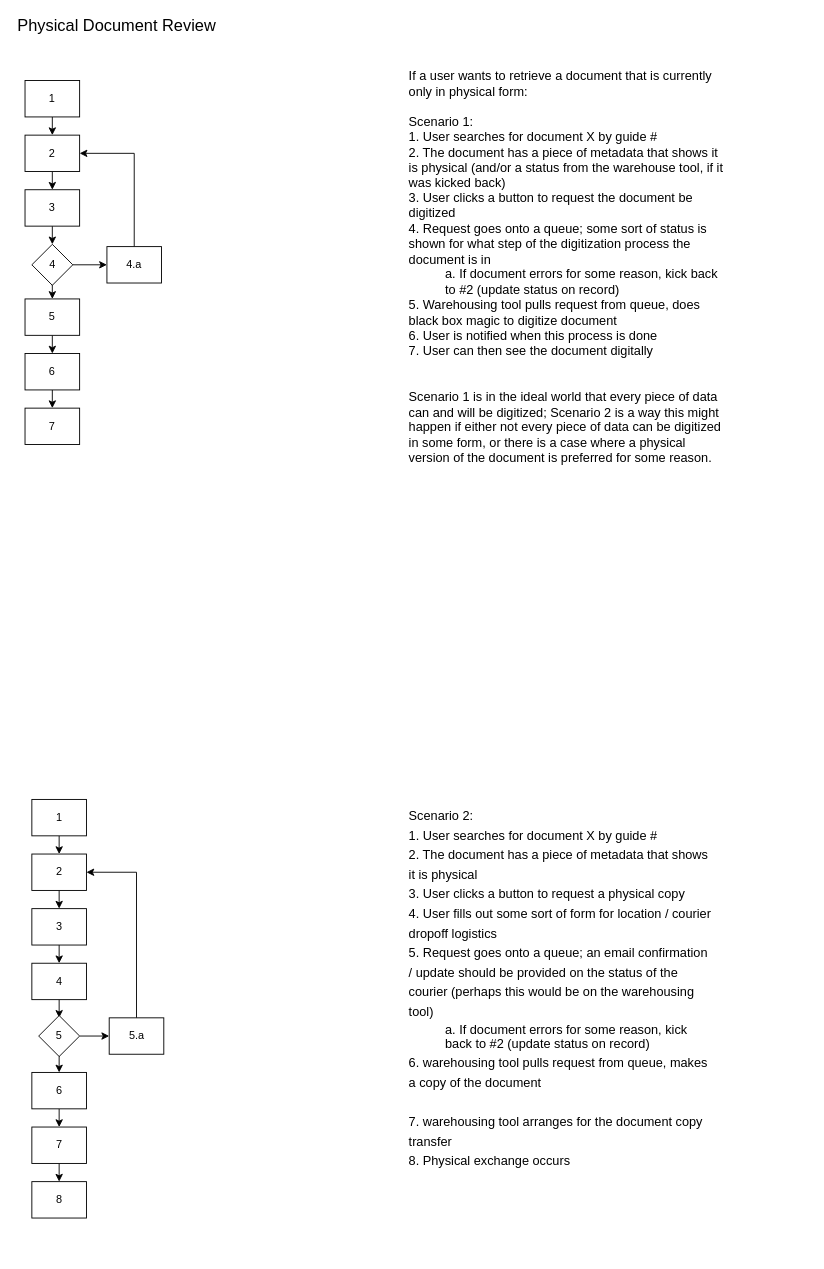
Before: page "Workflow - Physical Docs" (3 of 5) of Drawings/Eva/File/Eva Search.drawio in RMSLowside/rmslow, a draw.io diagram. Source tidied: cells renumbered, new cells numbered last; positions are measured from the earlier drawing's top-left corner, leaving out a move shared by most shapes. Both pictures are drawn from the tidied source at 91%, with x=0, y=0 at pixel (15, 16).
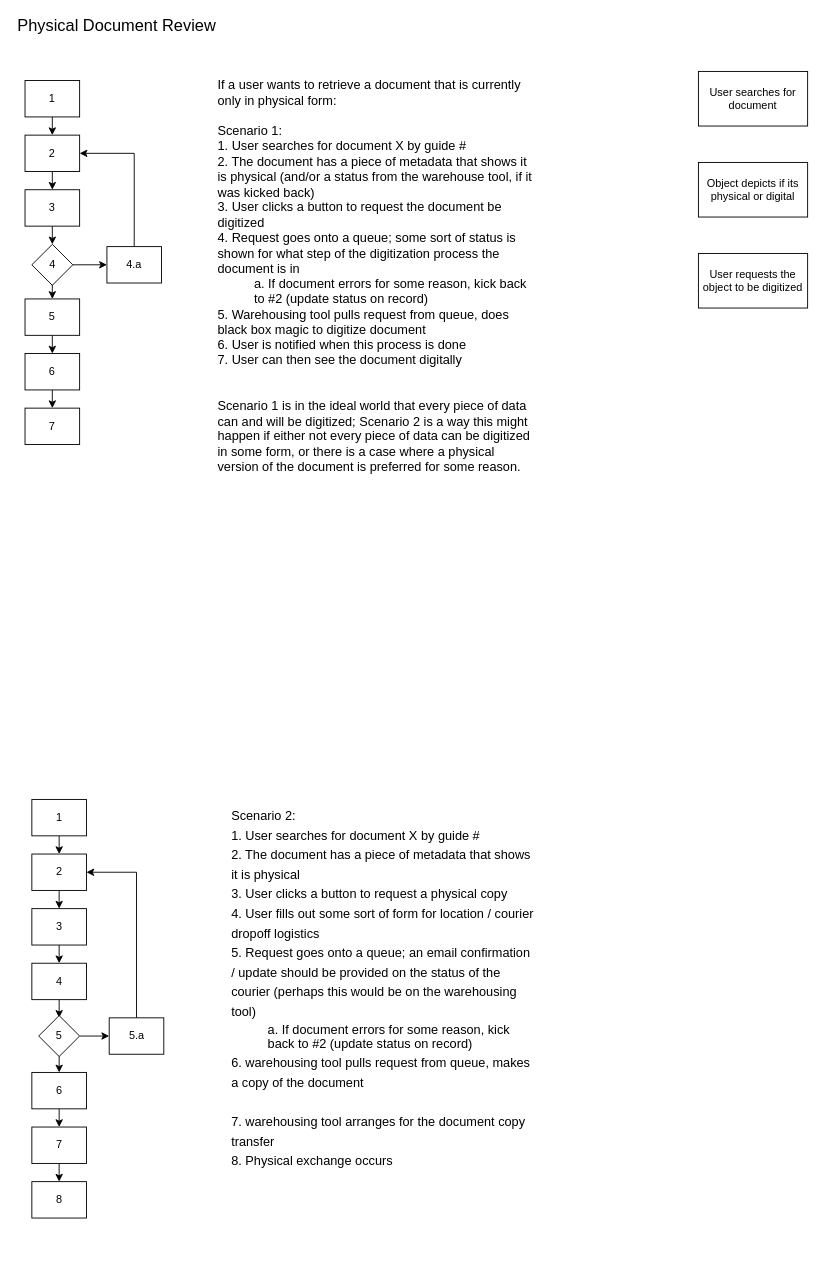
After the change.

Change to the diagram source:
```diff
@@
     <mxCell id="2" value="&lt;font style=&quot;font-size: 14px&quot;&gt;If a user wants to retrieve a document that is currently only in physical form:&lt;br&gt;&lt;br&gt;Scenario 1:&lt;br&gt;1. User searches for document X by guide #&lt;br&gt;2. The document has a piece of metadata that shows it is physical (and/or a status from the warehouse tool, if it was kicked back)&lt;br&gt;3. User clicks a button to request the document be digitized&lt;br&gt;4. Request goes onto a queue; some sort of status is shown for what step of the digitization process the document is in&lt;br&gt;&lt;blockquote style=&quot;margin: 0 0 0 40px ; border: none ; padding: 0px&quot;&gt;&lt;font style=&quot;font-size: 14px&quot;&gt;a. If document errors for some reason, kick back to #2 (update status on record)&lt;/font&gt;&lt;/blockquote&gt;5. Warehousing tool pulls request from queue, does black box magic to digitize document&lt;br&gt;6. User is notified when this process is done&lt;br&gt;7. User can then see the document digitally&lt;br&gt;&lt;br&gt;&lt;br&gt;Scenario 1 is in the ideal world that every piece of data can and will be digitized; Scenario 2 is a way this might happen if either not every piece of data can be digitized in some form, or there is a case where a physical version of the document is preferred for some reason.&lt;/font&gt;" style="text;whiteSpace=wrap;html=1;fontSize=12;" parent="1" vertex="1">
-      <mxGeometry x="430" y="50" width="350" height="740" as="geometry" />
+      <mxGeometry x="220" y="60" width="350" height="740" as="geometry" />
     </mxCell>
@@
     <mxCell id="38" value="&lt;span style=&quot;font-size: 14px;&quot;&gt;Scenario 2:&lt;/span&gt;&lt;br style=&quot;font-size: 14px;&quot;&gt;&lt;span style=&quot;font-size: 14px;&quot;&gt;1. User searches for document X by guide #&lt;/span&gt;&lt;br style=&quot;font-size: 14px;&quot;&gt;&lt;span style=&quot;font-size: 14px;&quot;&gt;2. The document has a piece of metadata that shows it is physical&lt;/span&gt;&lt;br style=&quot;font-size: 14px;&quot;&gt;&lt;span style=&quot;font-size: 14px;&quot;&gt;3. User clicks a button to request a physical copy&lt;/span&gt;&lt;br style=&quot;font-size: 14px;&quot;&gt;&lt;span style=&quot;font-size: 14px;&quot;&gt;4. User fills out some sort of form for location / courier dropoff logistics&lt;/span&gt;&lt;br style=&quot;font-size: 14px;&quot;&gt;&lt;span style=&quot;font-size: 14px;&quot;&gt;5. Request goes onto a queue; an email confirmation / update should be provided on the status of the courier (perhaps this would be on the warehousing tool)&lt;/span&gt;&lt;br style=&quot;font-size: 14px;&quot;&gt;&lt;blockquote style=&quot;font-size: 14px; margin: 0px 0px 0px 40px; border: none; padding: 0px;&quot;&gt;a. If document errors for some reason, kick back to #2 (update status on record)&lt;/blockquote&gt;&lt;span style=&quot;font-size: 14px;&quot;&gt;6. warehousing tool pulls request from queue, makes a copy of the document&lt;/span&gt;&lt;br style=&quot;font-size: 14px;&quot;&gt;&lt;br style=&quot;font-size: 14px;&quot;&gt;&lt;span style=&quot;font-size: 14px;&quot;&gt;7. warehousing tool arranges for the document copy transfer&lt;/span&gt;&lt;br style=&quot;font-size: 14px;&quot;&gt;&lt;span style=&quot;font-size: 14px;&quot;&gt;8. Physical exchange occurs&lt;/span&gt;" style="text;html=1;strokeColor=none;fillColor=none;align=left;verticalAlign=top;whiteSpace=wrap;rounded=0;fontSize=18;" parent="1" vertex="1">
-      <mxGeometry x="430" y="860" width="335" height="500" as="geometry" />
+      <mxGeometry x="235" y="860" width="335" height="500" as="geometry" />
     </mxCell>
+    <mxCell id="39" value="User searches for document" style="rounded=0;whiteSpace=wrap;html=1;" parent="1" vertex="1">
+      <mxGeometry x="750" y="60" width="120" height="60" as="geometry" />
+    </mxCell>
+    <mxCell id="40" value="Object depicts if its physical or digital" style="rounded=0;whiteSpace=wrap;html=1;" parent="1" vertex="1">
+      <mxGeometry x="750" y="160" width="120" height="60" as="geometry" />
+    </mxCell>
+    <mxCell id="41" value="User requests the object to be digitized" style="rounded=0;whiteSpace=wrap;html=1;" parent="1" vertex="1">
+      <mxGeometry x="750" y="260" width="120" height="60" as="geometry" />
+    </mxCell>
```
